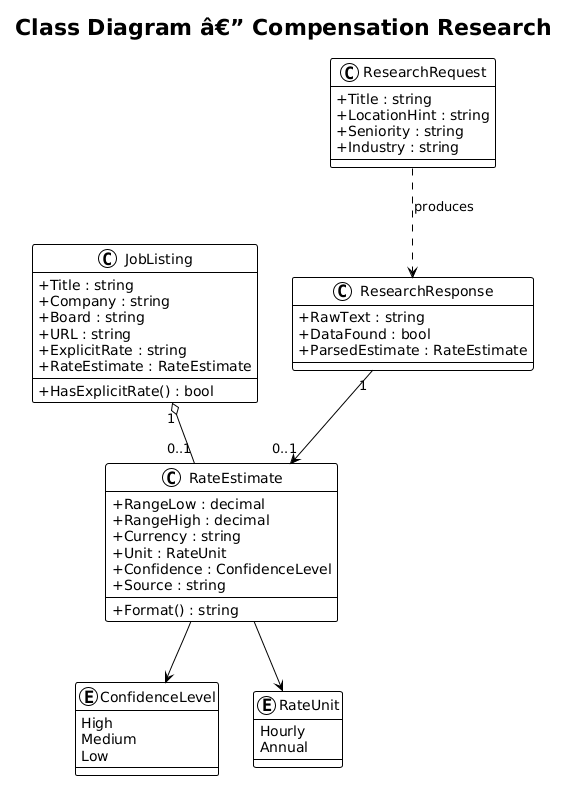
Above: docs/detailed-designs/07-compensation-research/diagrams/class_diagram.png in QuinntyneBrown/Orbit (PlantUML), before the change. The source it was exported from:
```plantuml
@startuml
!theme plain
skinparam classAttributeIconSize 0

title Class Diagram â€” Compensation Research

class JobListing {
    +Title : string
    +Company : string
    +Board : string
    +URL : string
    +ExplicitRate : string
    +RateEstimate : RateEstimate
    +HasExplicitRate() : bool
}

class RateEstimate {
    +RangeLow : decimal
    +RangeHigh : decimal
    +Currency : string
    +Unit : RateUnit
    +Confidence : ConfidenceLevel
    +Source : string
    +Format() : string
}

enum ConfidenceLevel {
    High
    Medium
    Low
}

enum RateUnit {
    Hourly
    Annual
}

class ResearchRequest {
    +Title : string
    +LocationHint : string
    +Seniority : string
    +Industry : string
}

class ResearchResponse {
    +RawText : string
    +DataFound : bool
    +ParsedEstimate : RateEstimate
}

JobListing "1" o-- "0..1" RateEstimate
RateEstimate --> ConfidenceLevel
RateEstimate --> RateUnit
ResearchResponse "1" --> "0..1" RateEstimate
ResearchRequest ..> ResearchResponse : produces
@enduml
```
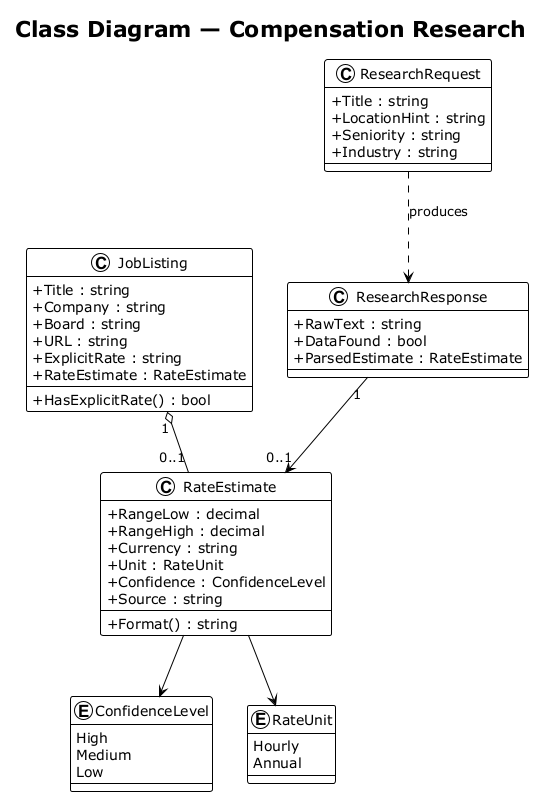
The same diagram one commit later.

What changed in the source:
```diff
@@ -1,8 +1,8 @@
-@startuml
+@startuml class_diagram
 !theme plain
 skinparam classAttributeIconSize 0
 
-title Class Diagram â€” Compensation Research
+title Class Diagram — Compensation Research
 
 class JobListing {
     +Title : string
@@ -53,4 +53,5 @@
 RateEstimate --> RateUnit
 ResearchResponse "1" --> "0..1" RateEstimate
 ResearchRequest ..> ResearchResponse : produces
+
 @enduml
```
